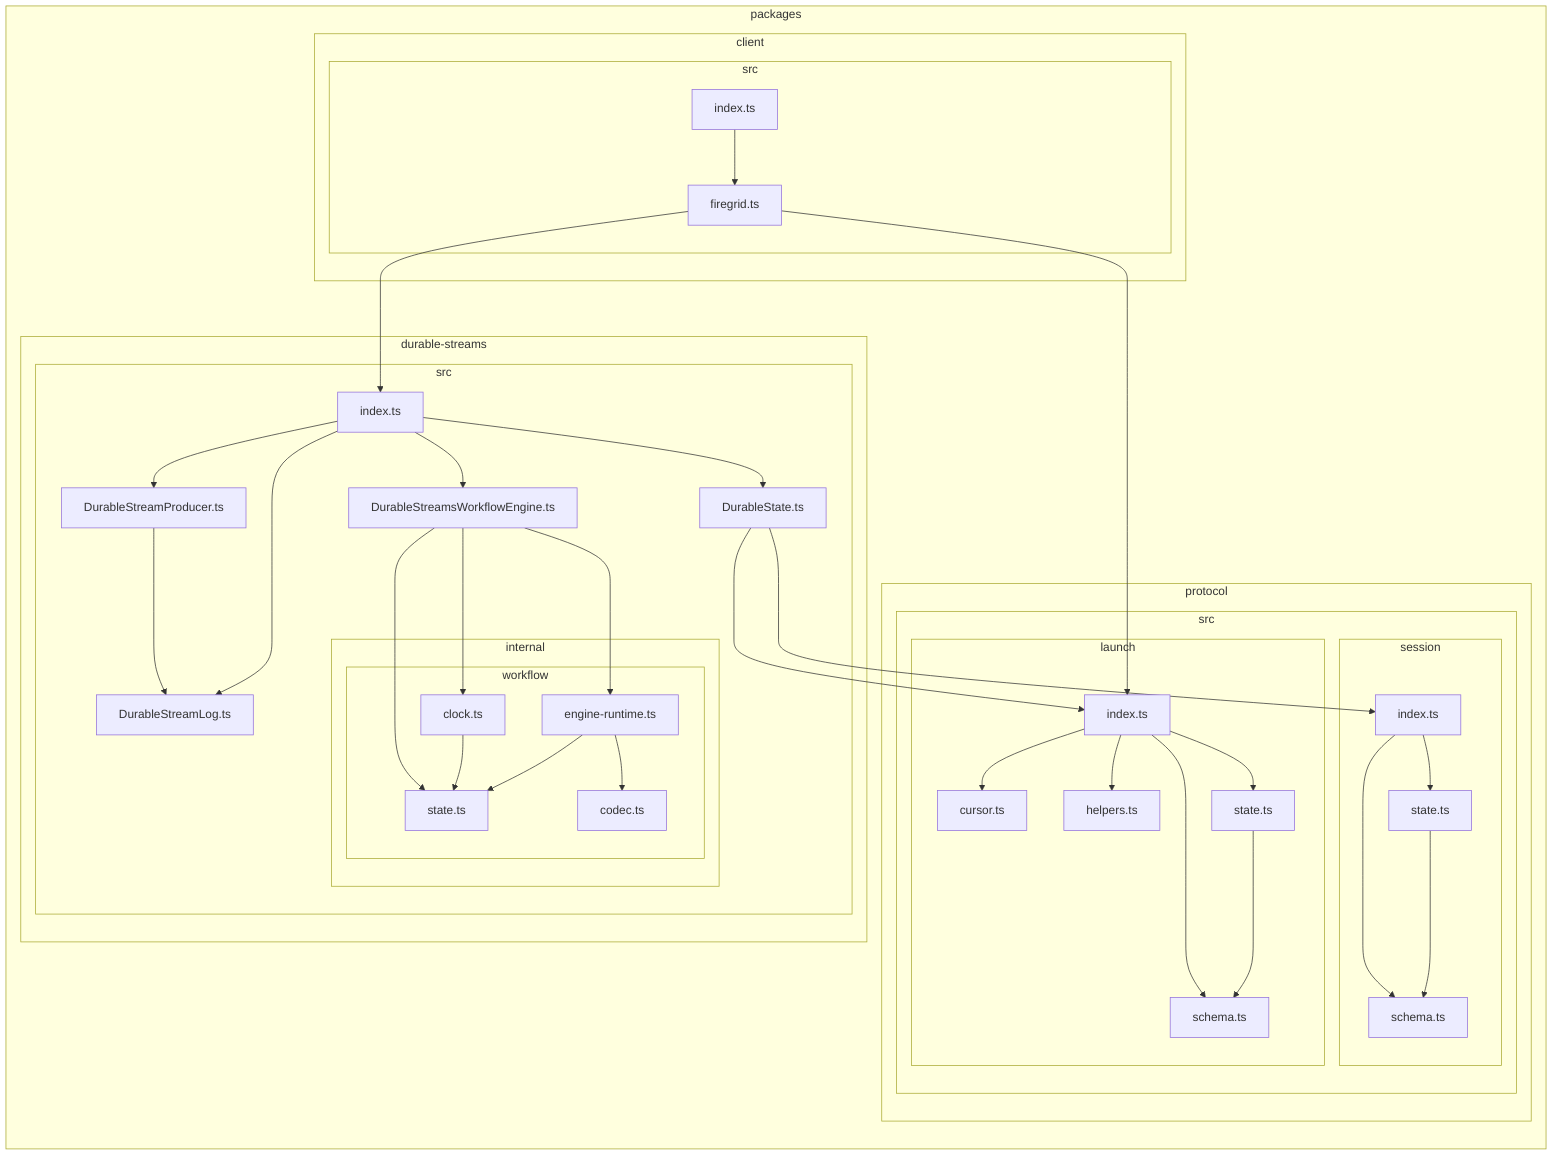
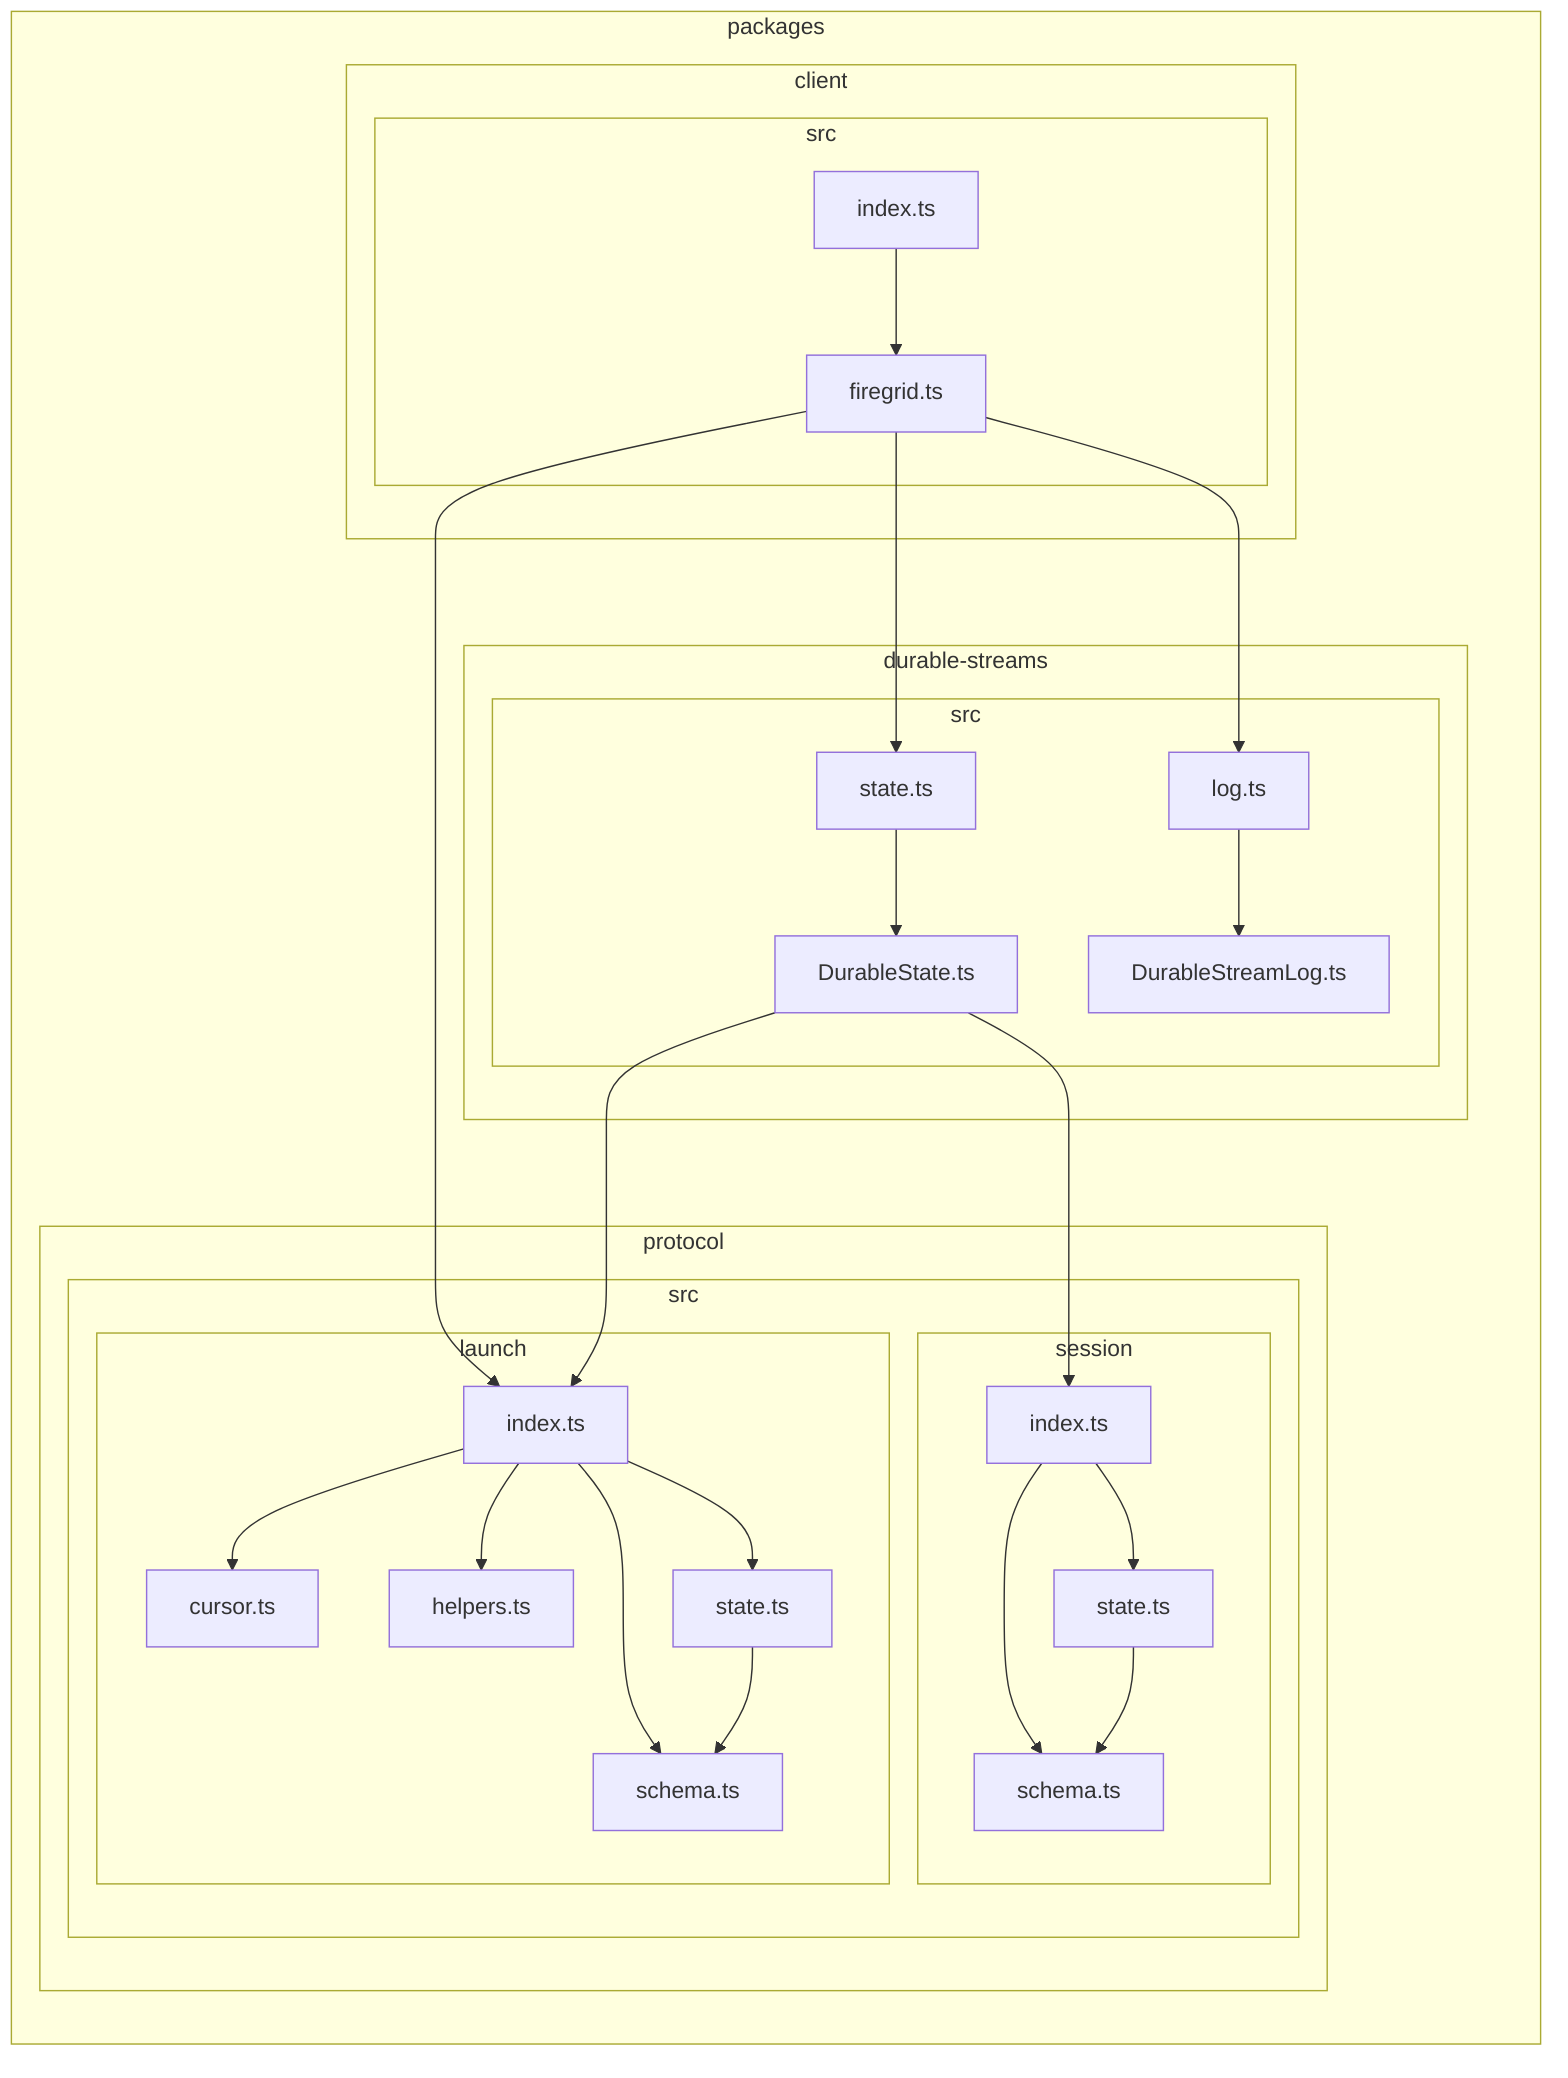
flowchart LR

subgraph 0["packages"]
subgraph 1["client"]
subgraph 2["src"]
3["firegrid.ts"]
4["index.ts"]
end
end
subgraph 5["durable-streams"]
subgraph 6["src"]
7["DurableState.ts"]
8["DurableStreamLog.ts"]
- 9["DurableStreamProducer.ts"]
- A["DurableStreamsWorkflowEngine.ts"]
- B["index.ts"]
- subgraph C["internal"]
- subgraph D["workflow"]
- E["clock.ts"]
- F["codec.ts"]
- G["engine-runtime.ts"]
- H["state.ts"]
+ 9["log.ts"]
+ A["state.ts"]
+ end
+ end
+ subgraph B["protocol"]
+ subgraph C["src"]
+ subgraph D["launch"]
+ E["cursor.ts"]
+ F["helpers.ts"]
+ G["index.ts"]
+ H["schema.ts"]
+ I["state.ts"]
+ end
+ subgraph J["session"]
+ K["index.ts"]
+ L["schema.ts"]
+ M["state.ts"]
end
end
end
end
- subgraph I["protocol"]
- subgraph J["src"]
- subgraph K["launch"]
- L["cursor.ts"]
- M["helpers.ts"]
- N["index.ts"]
- O["schema.ts"]
- P["state.ts"]
- end
- subgraph Q["session"]
- R["index.ts"]
- S["schema.ts"]
- T["state.ts"]
- end
- end
- end
- end
- 3-->B
- 3-->N
+ 3-->9
+ 3-->A
+ 3-->G
4-->3
- 7-->N
- 7-->R
+ 7-->G
+ 7-->K
9-->8
- A-->E
- A-->G
- A-->H
- B-->7
- B-->8
- B-->9
- B-->A
- E-->H
+ A-->7
+ G-->E
G-->F
G-->H
- N-->L
- N-->M
- N-->O
- N-->P
- P-->O
- R-->S
- R-->T
- T-->S
+ G-->I
+ I-->H
+ K-->L
+ K-->M
+ M-->L
